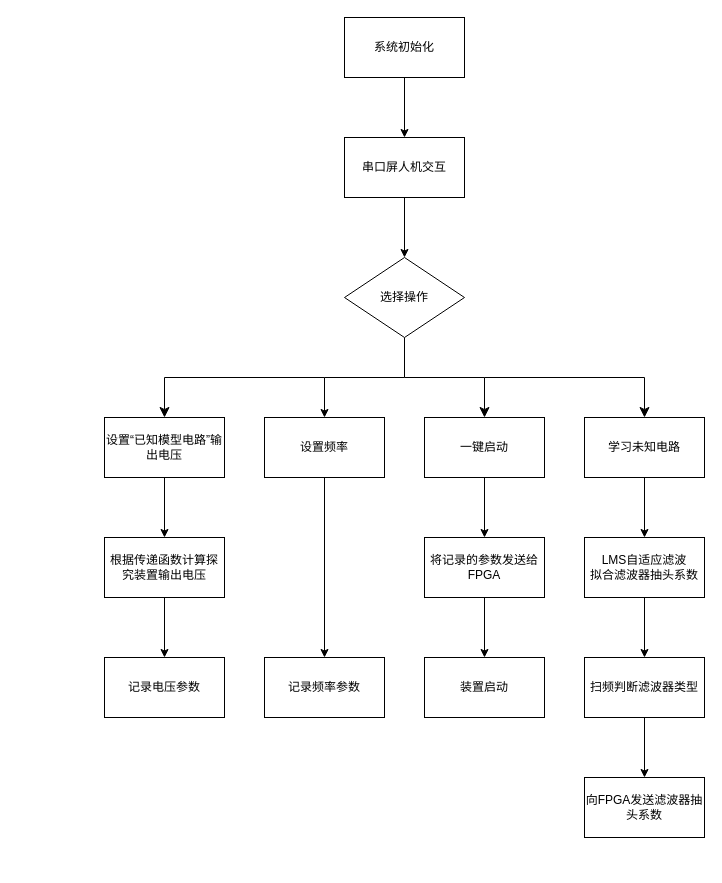
This is 电赛STM32程序流程图.drawio from youmiwei/drawio, a draw.io file, before an edit. Source tidied: cells renumbered, new cells numbered last; positions are measured from the earlier drawing's top-left corner, leaving out a move shared by most shapes. Both pictures are drawn from the tidied source at 100%, with x=0, y=0 at pixel (104, 17).
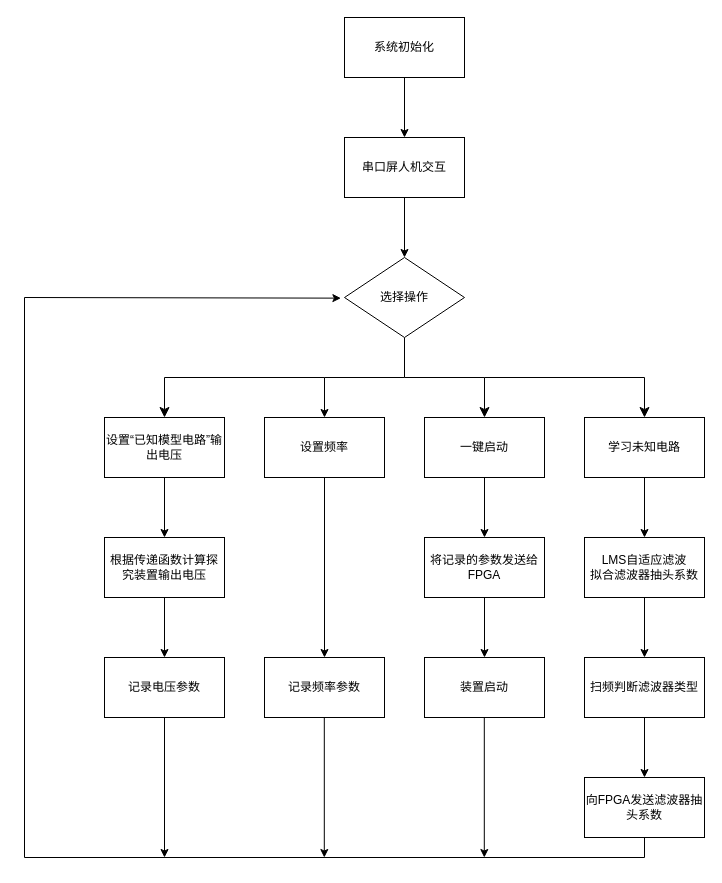
The same diagram, later.

Commit message:
更新电赛STM32程序流程图.drawio

The change refers to these unchanged cells:
```xml
<mxCell id="7" value="选择操作" style="rhombus;whiteSpace=wrap;html=1;rounded=0;" parent="1" vertex="1">
  <mxGeometry x="240" y="240" width="120" height="80" as="geometry" />
</mxCell>
<mxCell id="21" value="记录电压参数" style="whiteSpace=wrap;html=1;rounded=0;" parent="1" vertex="1">
  <mxGeometry y="640" width="120" height="60" as="geometry" />
</mxCell>
<mxCell id="30" value="向FPGA发送滤波器抽头系数" style="whiteSpace=wrap;html=1;rounded=0;" parent="1" vertex="1">
  <mxGeometry x="480" y="760" width="120" height="60" as="geometry" />
</mxCell>
```

Diff of the diagram source:
```diff
@@
+    <mxCell id="31" style="endArrow=none;html=1;rounded=0;" parent="1" edge="1">
+      <mxGeometry relative="1" as="geometry">
+        <mxPoint x="-80" y="840" as="sourcePoint" />
+        <mxPoint x="540" y="840" as="targetPoint" />
+      </mxGeometry>
+    </mxCell>
+    <mxCell id="32" style="endArrow=none;html=1;rounded=0;entryX=0.5;entryY=1;entryDx=0;entryDy=0;" parent="1" edge="1" target="30">
+      <mxGeometry relative="1" as="geometry">
+        <mxPoint x="540" y="840" as="sourcePoint" />
+      </mxGeometry>
+    </mxCell>
+    <mxCell id="33" style="endArrow=none;html=1;rounded=0;" parent="1" edge="1">
+      <mxGeometry relative="1" as="geometry">
+        <mxPoint x="-80" y="840" as="sourcePoint" />
+        <mxPoint x="-80" y="280" as="targetPoint" />
+      </mxGeometry>
+    </mxCell>
+    <mxCell id="34" style="endArrow=classic;html=1;rounded=0;entryX=-0.03;entryY=0.508;entryDx=0;entryDy=0;entryPerimeter=0;" parent="1" edge="1" target="7">
+      <mxGeometry relative="1" as="geometry">
+        <mxPoint x="-80" y="280" as="sourcePoint" />
+      </mxGeometry>
+    </mxCell>
+    <mxCell id="35" style="endArrow=classic;html=1;rounded=0;exitX=0.5;exitY=1;exitDx=0;exitDy=0;" parent="1" edge="1" source="21">
+      <mxGeometry relative="1" as="geometry">
+        <mxPoint x="60" y="840" as="targetPoint" />
+      </mxGeometry>
+    </mxCell>
+    <mxCell id="36" style="endArrow=classic;html=1;rounded=0;exitX=0.5;exitY=1;exitDx=0;exitDy=0;" parent="1" edge="1">
+      <mxGeometry relative="1" as="geometry">
+        <mxPoint x="219.8" y="700" as="sourcePoint" />
+        <mxPoint x="219.8" y="840" as="targetPoint" />
+      </mxGeometry>
+    </mxCell>
+    <mxCell id="37" style="endArrow=classic;html=1;rounded=0;exitX=0.5;exitY=1;exitDx=0;exitDy=0;" parent="1" edge="1">
+      <mxGeometry relative="1" as="geometry">
+        <mxPoint x="379.8" y="700" as="sourcePoint" />
+        <mxPoint x="379.8" y="840" as="targetPoint" />
+      </mxGeometry>
+    </mxCell>
```
